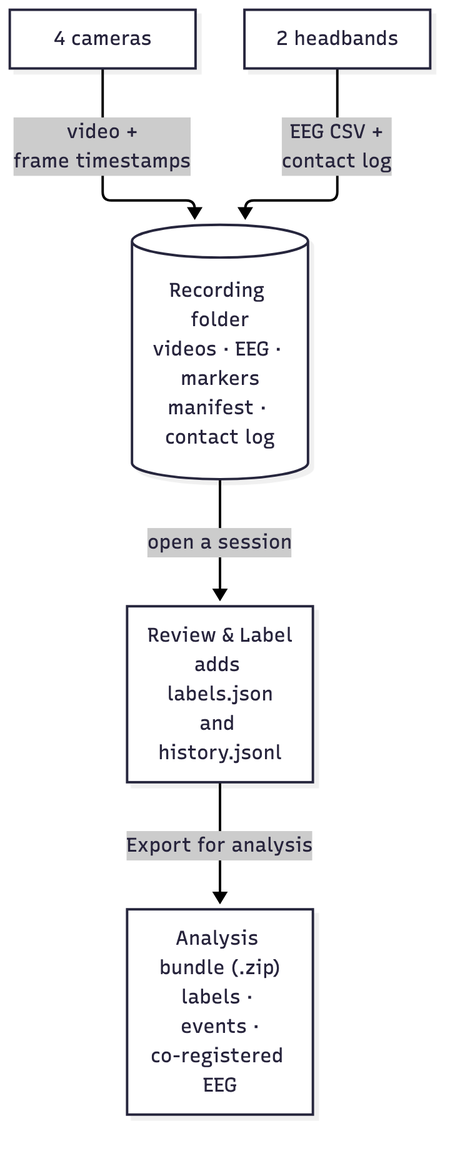
Before: docs/diagrams/data-flow.png, a diagram exported from Mermaid (mohammadabdullahkhurram/Brain-Battle-Phase-3). Its source is kept beside it as docs/diagrams/data-flow.mmd.
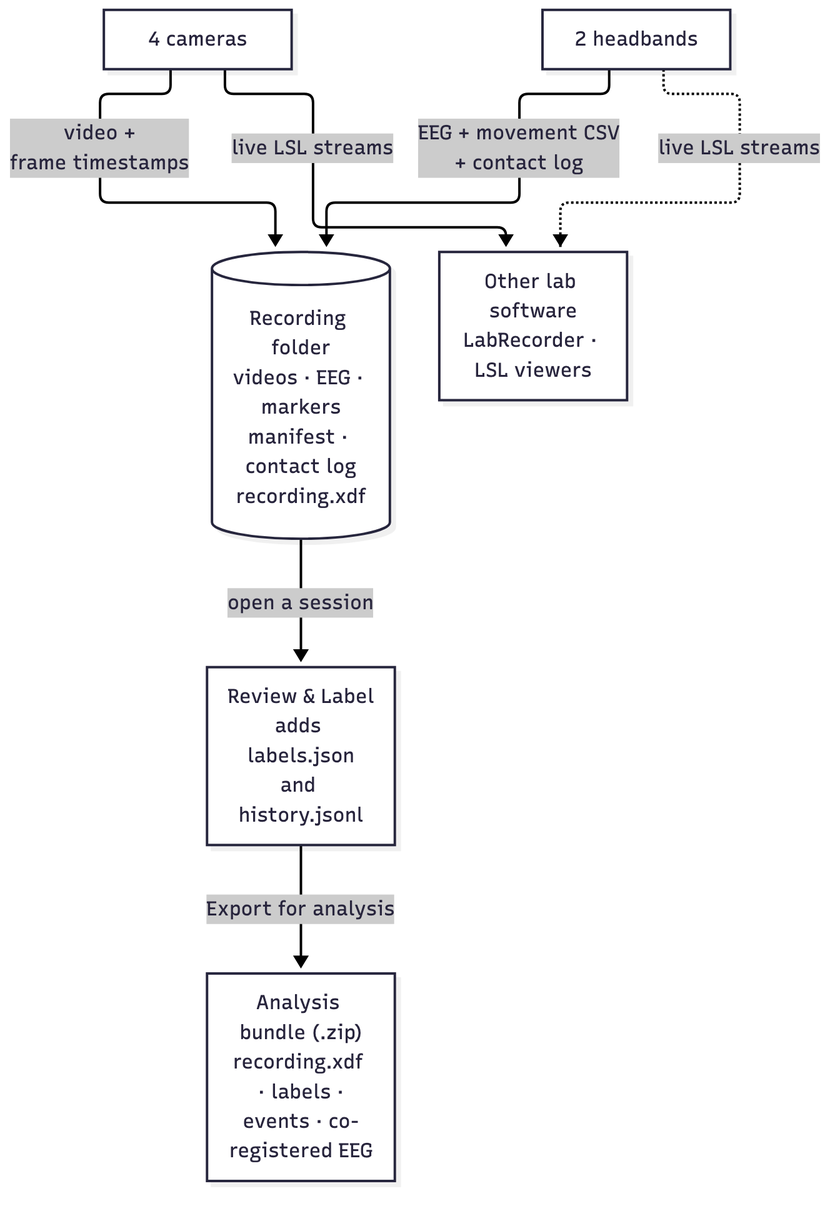
After the commit.

Diff of the diagram source:
```diff
@@ -1,7 +1,9 @@
 %%{init: {'themeVariables': {'fontSize': '16px'}}}%%
 flowchart TB
     CAMS["4 cameras"] -->|"video +<br/>frame timestamps"| FOLDER
-    BANDS["2 headbands"] -->|"EEG CSV +<br/>contact log"| FOLDER
-    FOLDER[("Recording folder<br/>videos · EEG · markers<br/>manifest · contact log")]
+    BANDS["2 headbands"] -->|"EEG + movement CSV<br/>+ contact log"| FOLDER
+    CAMS -.->|"live LSL streams"| LSL["Other lab software<br/>LabRecorder · LSL viewers"]
+    BANDS -.->|"live LSL streams"| LSL
+    FOLDER[("Recording folder<br/>videos · EEG · markers<br/>manifest · contact log<br/>recording.xdf")]
     FOLDER -->|"open a session"| REVIEW["Review &amp; Label<br/>adds labels.json<br/>and history.jsonl"]
-    REVIEW -->|"Export for analysis"| ZIP["Analysis bundle (.zip)<br/>labels · events ·<br/>co-registered EEG"]
+    REVIEW -->|"Export for analysis"| ZIP["Analysis bundle (.zip)<br/>recording.xdf · labels ·<br/>events · co-registered EEG"]
```
